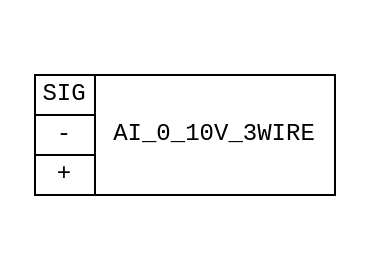
This is drawioTemplates/devices/AI_0_10V_3WIRE.drawio from Broad-Side/FT-Draw, a draw.io file, before an edit. Source tidied: cells renumbered, new cells numbered last; positions are measured from the earlier drawing's top-left corner, leaving out a move shared by most shapes. Both pictures are drawn from the tidied source at 200%, with x=0, y=0 at pixel (34, 74).
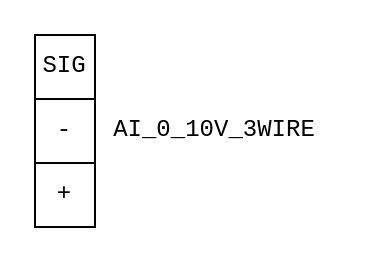
The same diagram, later.

Diff of the diagram source:
```diff
@@
 <mxGraphModel>
   <root>
     <mxCell id="0" />
     <mxCell id="1" parent="0" />
+    <mxCell id="6" value="AI_0_10V_3WIRE" style="rounded=0;whiteSpace=wrap;html=1;fontFamily=Courier New;strokeColor=none;" parent="1" vertex="1">
+      <mxGeometry x="30" y="-20" width="120" height="96" as="geometry" />
+    </mxCell>
     <mxCell id="2" style="group;" parent="1" vertex="1">
-      <mxGeometry width="150" height="60" as="geometry" />
+      <mxGeometry width="150" height="76" as="geometry" />
     </mxCell>
     <mxCell id="3" value="SIG" style="rounded=0;whiteSpace=wrap;html=1;fontFamily=Courier New;" parent="2" vertex="1">
-      <mxGeometry width="30" height="20" as="geometry" />
+      <mxGeometry y="-20" width="30" height="32" as="geometry" />
     </mxCell>
     <mxCell id="4" value="-" style="rounded=0;whiteSpace=wrap;html=1;fontFamily=Courier New;" parent="2" vertex="1">
-      <mxGeometry y="20" width="30" height="20" as="geometry" />
+      <mxGeometry y="12" width="30" height="32" as="geometry" />
     </mxCell>
     <mxCell id="5" value="+" style="rounded=0;whiteSpace=wrap;html=1;fontFamily=Courier New;" parent="2" vertex="1">
-      <mxGeometry y="40" width="30" height="20" as="geometry" />
+      <mxGeometry y="44" width="30" height="32" as="geometry" />
     </mxCell>
-    <mxCell id="6" value="AI_0_10V_3WIRE" style="rounded=0;whiteSpace=wrap;html=1;fontFamily=Courier New;" parent="2" vertex="1">
-      <mxGeometry x="30" width="120" height="60" as="geometry" />
-    </mxCell>
   </root>
 </mxGraphModel>
```
